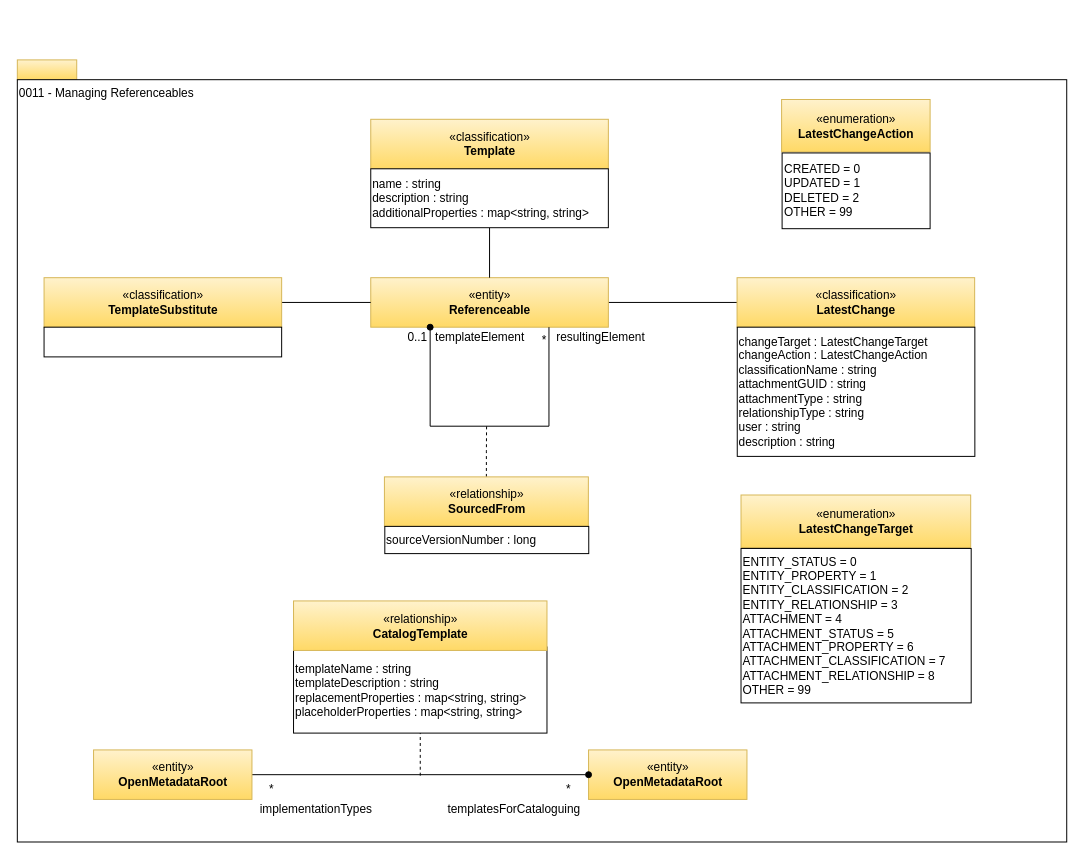
Before: page "0011-Managing-Referenceables" (4 of 32) of site/docs/types/0/area-0-basic-types-and-infrastructure.drawio in odpi/egeria-docs, a draw.io diagram. Source tidied: cells renumbered, new cells numbered last; positions are measured from the earlier drawing's top-left corner, leaving out a move shared by most shapes. Both pictures are drawn from the tidied source at 99%, with x=0, y=0 at pixel (17, 59).
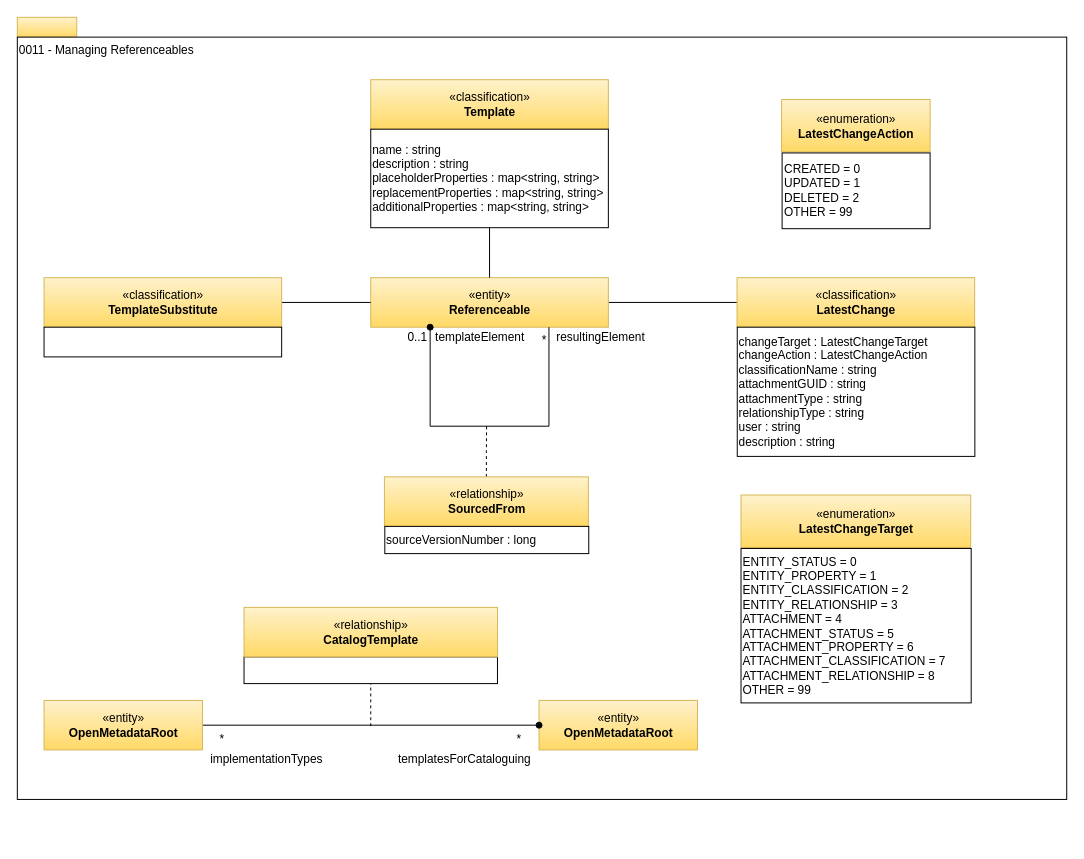
The same diagram, later.

Change to the diagram source:
```diff
@@
     <mxCell id="2" style="rounded=0;whiteSpace=wrap;html=1;align=left;fillColor=#fff2cc;strokeColor=#d6b656;gradientColor=#ffd966;" parent="1" vertex="1">
-      <mxGeometry width="60" height="20" as="geometry" />
+      <mxGeometry y="-43" width="60" height="20" as="geometry" />
     </mxCell>
     <mxCell id="3" value="0011 - Managing Referenceables" style="rounded=0;whiteSpace=wrap;html=1;align=left;verticalAlign=top;" parent="1" vertex="1">
-      <mxGeometry y="20" width="1060" height="770" as="geometry" />
+      <mxGeometry y="-23" width="1060" height="770" as="geometry" />
     </mxCell>
@@
     <mxCell id="20" value="«classification»&lt;br&gt;&lt;b&gt;Template&lt;/b&gt;" style="html=1;strokeColor=#d6b656;align=center;fillColor=#fff2cc;gradientColor=#ffd966;" parent="1" vertex="1">
-      <mxGeometry x="357" y="60" width="240" height="50" as="geometry" />
+      <mxGeometry x="357" y="20" width="240" height="50" as="geometry" />
     </mxCell>
-    <mxCell id="21" value="name : string&lt;br&gt;description : string&lt;br&gt;additionalProperties : map&amp;lt;string, string&amp;gt;&lt;br&gt;&lt;div style=&quot;text-align: left&quot;&gt;&lt;/div&gt;" style="rounded=0;whiteSpace=wrap;html=1;strokeColor=#000000;gradientColor=#ffffff;align=left;" parent="1" vertex="1">
-      <mxGeometry x="357" y="110" width="240" height="59.5" as="geometry" />
+    <mxCell id="21" value="name : string&lt;br&gt;description : string&lt;br&gt;placeholderProperties : map&amp;lt;string, string&amp;gt;&lt;br&gt;replacementProperties : map&amp;lt;string, string&amp;gt;&lt;br&gt;additionalProperties : map&amp;lt;string, string&amp;gt;&lt;br&gt;&lt;div style=&quot;text-align: left&quot;&gt;&lt;/div&gt;" style="rounded=0;whiteSpace=wrap;html=1;strokeColor=#000000;gradientColor=#ffffff;align=left;" parent="1" vertex="1">
+      <mxGeometry x="357" y="70" width="240" height="99.5" as="geometry" />
     </mxCell>
@@
     <mxCell id="26" value="«entity»&lt;br&gt;&lt;b&gt;OpenMetadataRoot&lt;/b&gt;" style="html=1;strokeColor=#d6b656;align=center;fillColor=#fff2cc;gradientColor=#ffd966;" parent="1" vertex="1">
-      <mxGeometry x="577" y="697" width="160" height="50" as="geometry" />
+      <mxGeometry x="527" y="647" width="160" height="50" as="geometry" />
     </mxCell>
     <mxCell id="27" style="endArrow=none;html=1;startArrow=oval;startFill=1;entryX=1;entryY=0.5;entryDx=0;entryDy=0;" parent="1" edge="1" source="26">
       <mxGeometry relative="1" as="geometry">
-        <mxPoint x="237" y="722" as="targetPoint" />
+        <mxPoint x="187" y="672" as="targetPoint" />
       </mxGeometry>
     </mxCell>
     <mxCell id="28" value="*" style="text;html=1;strokeColor=none;fillColor=none;align=center;verticalAlign=middle;whiteSpace=wrap;rounded=0;" parent="1" vertex="1">
-      <mxGeometry x="237" y="727" width="40" height="20" as="geometry" />
+      <mxGeometry x="187" y="677" width="40" height="20" as="geometry" />
     </mxCell>
     <mxCell id="29" value="implementationTypes" style="text;html=1;strokeColor=none;fillColor=none;align=center;verticalAlign=middle;whiteSpace=wrap;rounded=0;" parent="1" vertex="1">
-      <mxGeometry x="237" y="747" width="129.5" height="20" as="geometry" />
+      <mxGeometry x="187" y="697" width="129.5" height="20" as="geometry" />
     </mxCell>
     <mxCell id="30" value="templatesForCataloguing" style="text;html=1;strokeColor=none;fillColor=none;align=center;verticalAlign=middle;whiteSpace=wrap;rounded=0;" parent="1" vertex="1">
-      <mxGeometry x="427" y="747" width="150" height="20" as="geometry" />
+      <mxGeometry x="377" y="697" width="150" height="20" as="geometry" />
     </mxCell>
     <mxCell id="31" value="*" style="text;html=1;strokeColor=none;fillColor=none;align=center;verticalAlign=middle;whiteSpace=wrap;rounded=0;" parent="1" vertex="1">
-      <mxGeometry x="537" y="727" width="40" height="20" as="geometry" />
+      <mxGeometry x="487" y="677" width="40" height="20" as="geometry" />
     </mxCell>
     <mxCell id="32" style="endArrow=none;dashed=1;html=1;entryX=0.5;entryY=1;entryDx=0;entryDy=0;" parent="1" edge="1" target="33">
       <mxGeometry relative="1" as="geometry">
-        <mxPoint x="407" y="723" as="sourcePoint" />
+        <mxPoint x="357" y="673" as="sourcePoint" />
       </mxGeometry>
     </mxCell>
-    <mxCell id="33" value="templateName : string&lt;br&gt;templateDescription : string&lt;br&gt;replacementProperties : map&amp;lt;string, string&amp;gt;&lt;br&gt;placeholderProperties : map&amp;lt;string, string&amp;gt;" style="rounded=0;whiteSpace=wrap;html=1;strokeColor=#000000;gradientColor=#ffffff;align=left;" parent="1" vertex="1">
-      <mxGeometry x="279" y="593" width="256" height="87" as="geometry" />
+    <mxCell id="33" style="rounded=0;whiteSpace=wrap;html=1;strokeColor=#000000;gradientColor=#ffffff;align=left;" parent="1" vertex="1">
+      <mxGeometry x="229" y="603" width="256" height="27" as="geometry" />
     </mxCell>
     <mxCell id="34" value="«relationship»&lt;br&gt;&lt;b&gt;CatalogTemplate&lt;/b&gt;" style="html=1;strokeColor=#d6b656;align=center;fillColor=#fff2cc;gradientColor=#ffd966;" parent="1" vertex="1">
-      <mxGeometry x="279" y="546.5" width="256" height="50" as="geometry" />
+      <mxGeometry x="229" y="553" width="256" height="50" as="geometry" />
     </mxCell>
     <mxCell id="35" value="«entity»&lt;br&gt;&lt;b&gt;OpenMetadataRoot&lt;/b&gt;" style="html=1;strokeColor=#d6b656;align=center;fillColor=#fff2cc;gradientColor=#ffd966;" parent="1" vertex="1">
-      <mxGeometry x="77" y="697" width="160" height="50" as="geometry" />
+      <mxGeometry x="27" y="647" width="160" height="50" as="geometry" />
     </mxCell>
```
